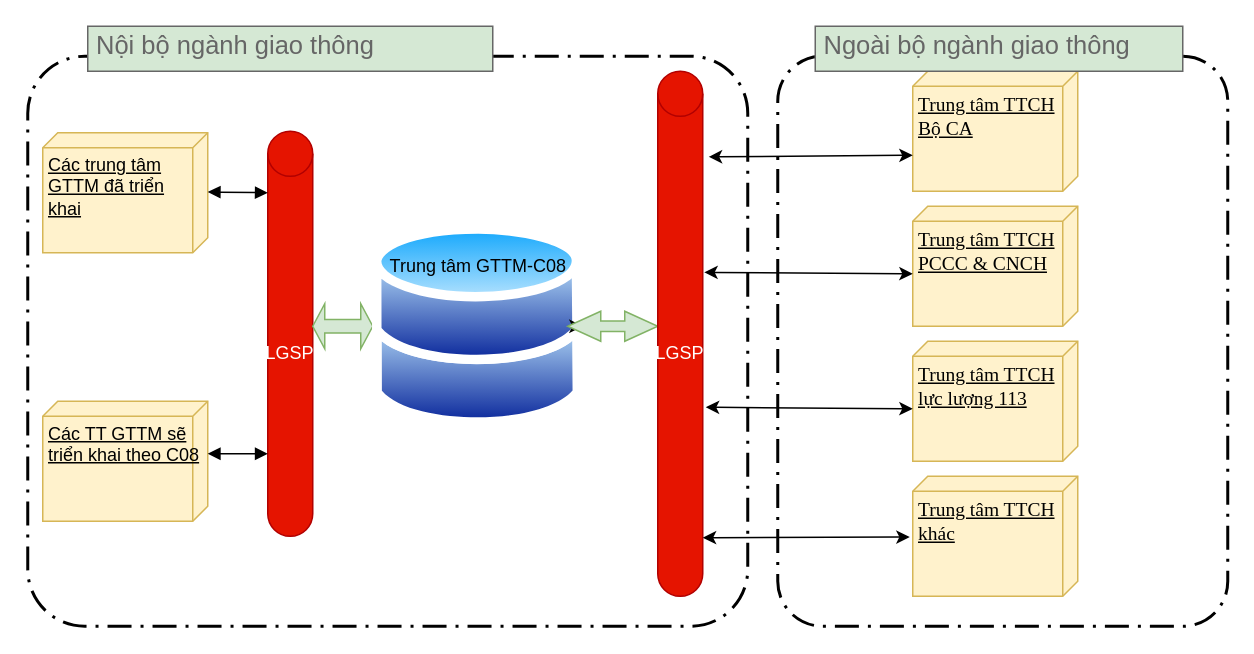
This is so-do-draw/Untitled Diagram.drawio from letheanh12345/Draw-io, a draw.io file, before an edit. Source tidied: cells renumbered, new cells numbered last; positions are measured from the earlier drawing's top-left corner, leaving out a move shared by most shapes. Both pictures are drawn from the tidied source at 150%, with x=0, y=0 at pixel (27, 26).
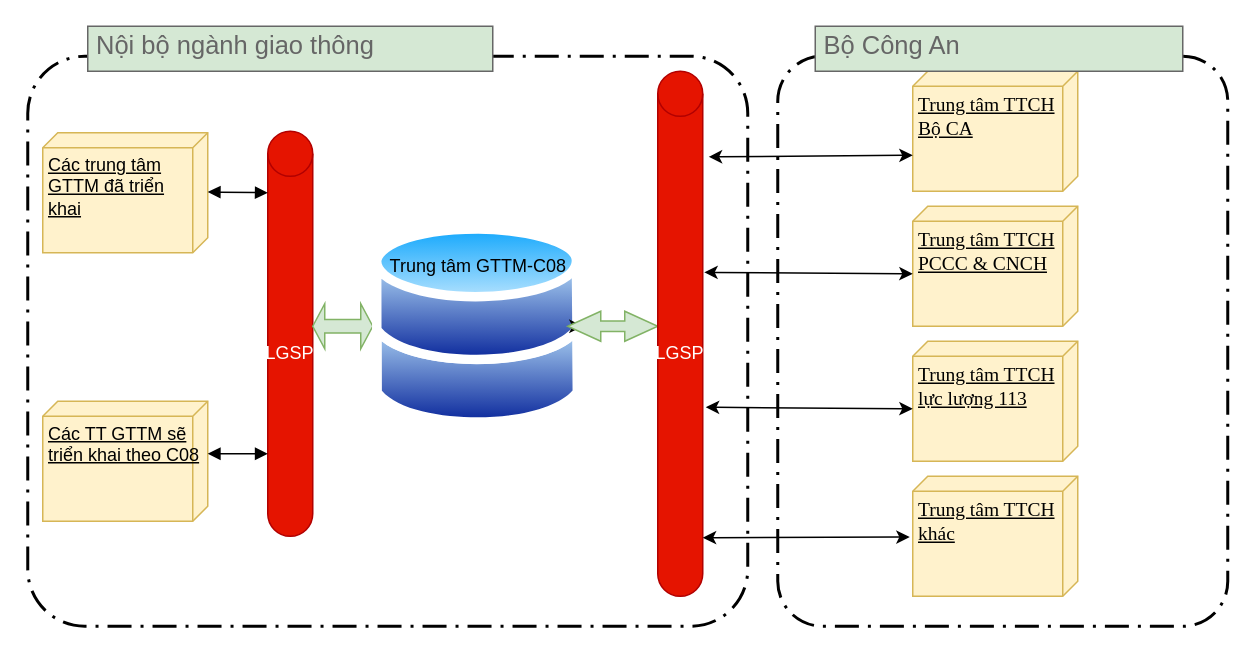
Above is the later version.

Change to the diagram source:
```diff
@@
-    <mxCell id="24" value="Ngoài bộ ngành giao thông" style="strokeWidth=1;shadow=0;dashed=0;align=center;html=1;shape=mxgraph.mockup.text.textBox;fontColor=#666666;align=left;fontSize=17;spacingLeft=4;spacingTop=-3;strokeColor=#666666;mainText=;fontFamily=Helvetica;fillColor=#d5e8d4;" parent="1" vertex="1">
+    <mxCell id="24" value="Bộ Công An" style="strokeWidth=1;shadow=0;dashed=0;align=center;html=1;shape=mxgraph.mockup.text.textBox;fontColor=#666666;align=left;fontSize=17;spacingLeft=4;spacingTop=-3;strokeColor=#666666;mainText=;fontFamily=Helvetica;fillColor=#d5e8d4;" parent="1" vertex="1">
       <mxGeometry x="525" width="245" height="30" as="geometry" />
     </mxCell>
```
